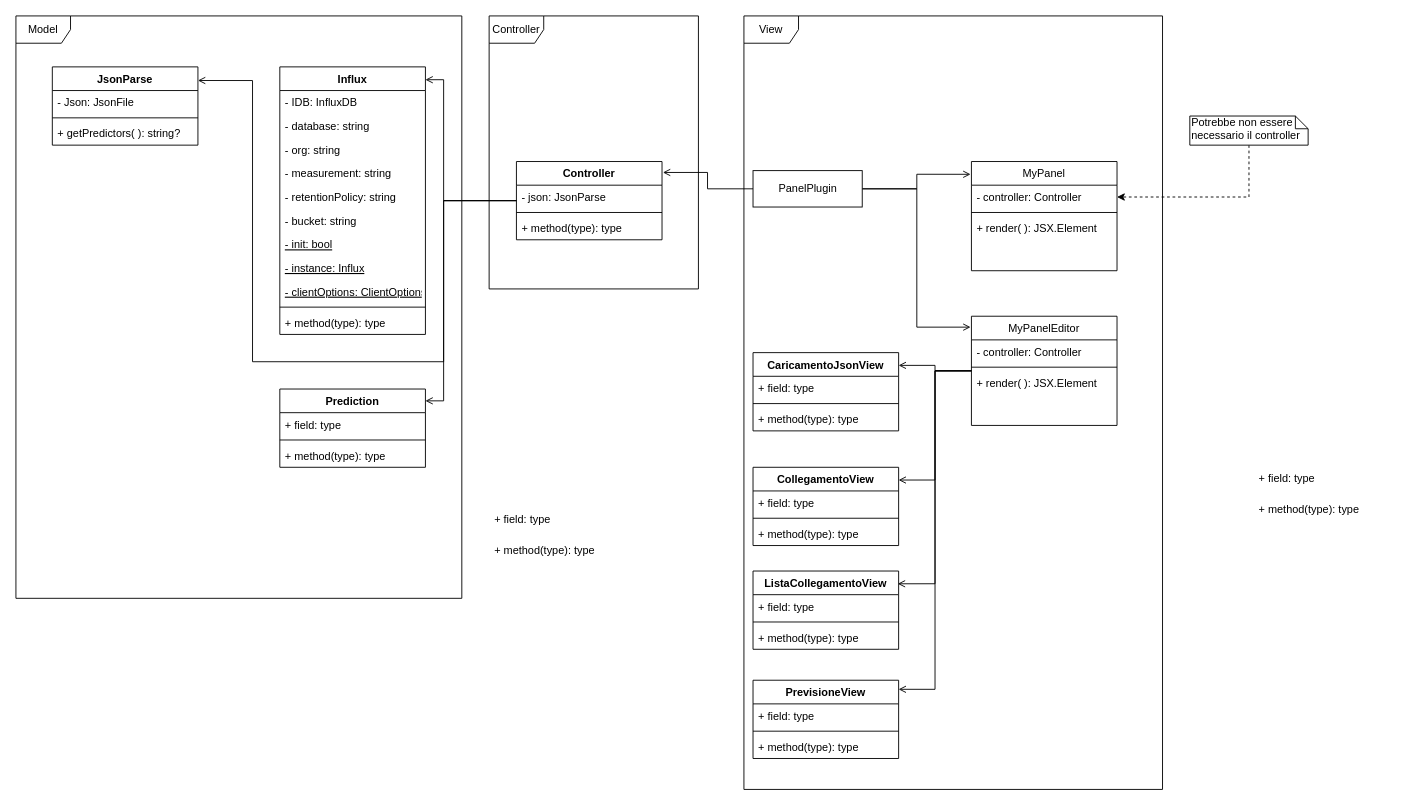
teamafkSWE/PredireConGrafana-SW keeps this draw.io diagram as my-plugin/uml/drawio/plugin_diagram.drawio. Above is the earlier version. Source tidied: cells renumbered, new cells numbered last; positions are measured from the earlier drawing's top-left corner, leaving out a move shared by most shapes. Both pictures are drawn from the tidied source at 91%, with x=0, y=0 at pixel (15, 15).
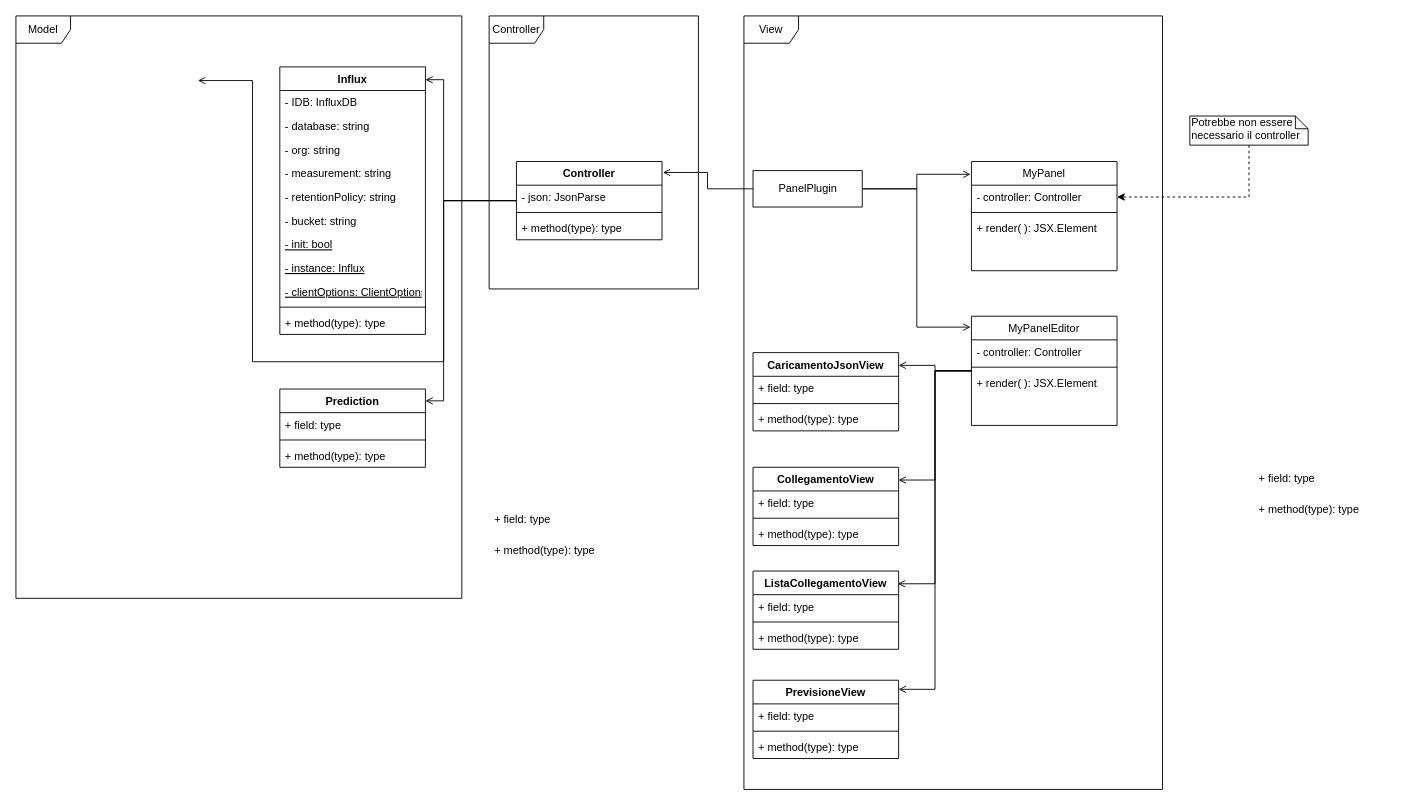
After the change.

The change refers to these unchanged cells:
```xml
<mxCell id="25" value="Controller" style="swimlane;fontStyle=1;align=center;verticalAlign=top;horizontal=1;startSize=26;" parent="1" vertex="1">
  <mxGeometry x="550" y="160" width="160" height="86" as="geometry" />
</mxCell>
```

Change to the diagram source:
```diff
@@
-    <mxCell id="22" style="edgeStyle=orthogonalEdgeStyle;rounded=0;jettySize=auto;html=1;entryX=1;entryY=0.174;entryDx=0;entryDy=0;entryPerimeter=0;endArrow=open;endFill=0;" parent="1" edge="1" source="25" target="49">
+    <mxCell id="22" style="edgeStyle=orthogonalEdgeStyle;rounded=0;jettySize=auto;html=1;entryX=1;entryY=0.174;entryDx=0;entryDy=0;entryPerimeter=0;endArrow=open;endFill=0;" parent="1" edge="1" source="25">
       <mxGeometry relative="1" as="geometry">
+        <mxPoint x="200" y="71" as="targetPoint" />
         <Array as="points">
           <mxPoint x="470" y="203" />
           <mxPoint x="470" y="380" />
           <mxPoint x="260" y="380" />
           <mxPoint x="260" y="71" />
         </Array>
       </mxGeometry>
     </mxCell>
@@
-    <mxCell id="49" value="JsonParse" style="swimlane;fontStyle=1;align=center;verticalAlign=top;horizontal=1;startSize=26;" parent="1" vertex="1">
-      <mxGeometry x="40" y="56" width="160" height="86" as="geometry" />
-    </mxCell>
-    <mxCell id="50" value="- Json: JsonFile" style="text;strokeColor=none;fillColor=none;align=left;verticalAlign=top;spacingLeft=4;spacingRight=4;overflow=hidden;" parent="49" vertex="1">
-      <mxGeometry y="26" width="160" height="26" as="geometry" />
-    </mxCell>
-    <mxCell id="51" style="line;strokeWidth=1;fillColor=none;align=left;verticalAlign=middle;spacingTop=-1;spacingLeft=3;spacingRight=3;labelPosition=right;" parent="49" vertex="1">
-      <mxGeometry y="52" width="160" height="8" as="geometry" />
-    </mxCell>
-    <mxCell id="52" value="+ getPredictors( ): string?" style="text;strokeColor=none;fillColor=none;align=left;verticalAlign=top;spacingLeft=4;spacingRight=4;overflow=hidden;" parent="49" vertex="1">
-      <mxGeometry y="60" width="160" height="26" as="geometry" />
-    </mxCell>
```
